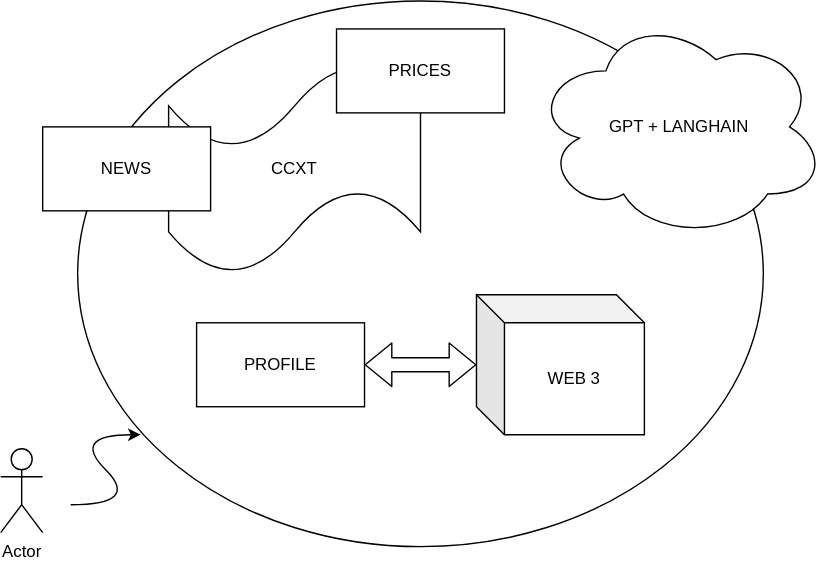
Earlier version of the draw.io export docs/imgs/schema.svg (xsa-dev/news-trader). Source tidied: cells renumbered, new cells last; positions are measured from the earlier drawing's top-left corner, leaving out a move shared by most shapes.
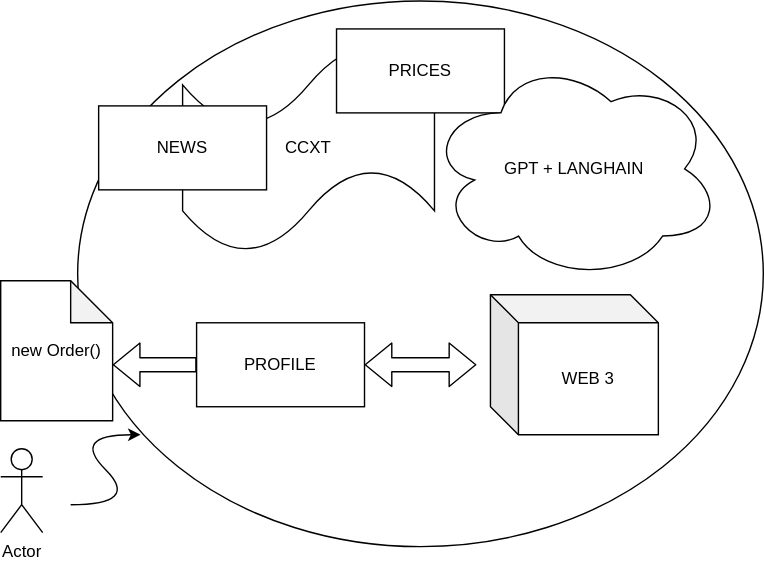
After the change.

Diff of the diagram source:
```diff
@@ -19,13 +19,13 @@
       </mxGeometry>
     </mxCell>
     <mxCell id="5" value="CCXT" style="shape=tape;whiteSpace=wrap;html=1;" parent="1" vertex="1">
-      <mxGeometry x="120" y="45" width="180" height="150" as="geometry" />
+      <mxGeometry x="130" y="30" width="180" height="150" as="geometry" />
     </mxCell>
     <mxCell id="6" value="WEB 3" style="shape=cube;whiteSpace=wrap;html=1;boundedLbl=1;backgroundOutline=1;darkOpacity=0.05;darkOpacity2=0.1;" parent="1" vertex="1">
-      <mxGeometry x="340" y="210" width="120" height="100" as="geometry" />
+      <mxGeometry x="350" y="210" width="120" height="100" as="geometry" />
     </mxCell>
     <mxCell id="7" value="NEWS" style="whiteSpace=wrap;html=1;" parent="1" vertex="1">
-      <mxGeometry x="30" y="90" width="120" height="60" as="geometry" />
+      <mxGeometry x="70" y="75" width="120" height="60" as="geometry" />
     </mxCell>
     <mxCell id="8" value="PRICES" style="whiteSpace=wrap;html=1;" parent="1" vertex="1">
       <mxGeometry x="240" y="20" width="120" height="60" as="geometry" />
@@ -34,12 +34,20 @@
       <mxGeometry x="140" y="230" width="120" height="60" as="geometry" />
     </mxCell>
     <mxCell id="10" value="GPT + LANGHAIN" style="ellipse;shape=cloud;whiteSpace=wrap;html=1;" parent="1" vertex="1">
-      <mxGeometry x="380" y="10" width="210" height="160" as="geometry" />
+      <mxGeometry x="305" y="40" width="210" height="160" as="geometry" />
     </mxCell>
     <mxCell id="11" style="shape=flexArrow;endArrow=classic;startArrow=classic;html=1;exitX=1;exitY=0.5;exitDx=0;exitDy=0;" parent="1" edge="1" source="9">
       <mxGeometry relative="1" as="geometry">
         <mxPoint x="340" y="260" as="targetPoint" />
       </mxGeometry>
     </mxCell>
+    <mxCell id="12" value="new Order()" style="shape=note;whiteSpace=wrap;html=1;backgroundOutline=1;darkOpacity=0.05;" parent="1" vertex="1">
+      <mxGeometry y="200" width="80" height="100" as="geometry" />
+    </mxCell>
+    <mxCell id="13" style="shape=flexArrow;endArrow=classic;html=1;exitX=0;exitY=0.5;exitDx=0;exitDy=0;" parent="1" edge="1" source="9">
+      <mxGeometry relative="1" as="geometry">
+        <mxPoint x="80" y="260" as="targetPoint" />
+      </mxGeometry>
+    </mxCell>
   </root>
 </mxGraphModel>
```
